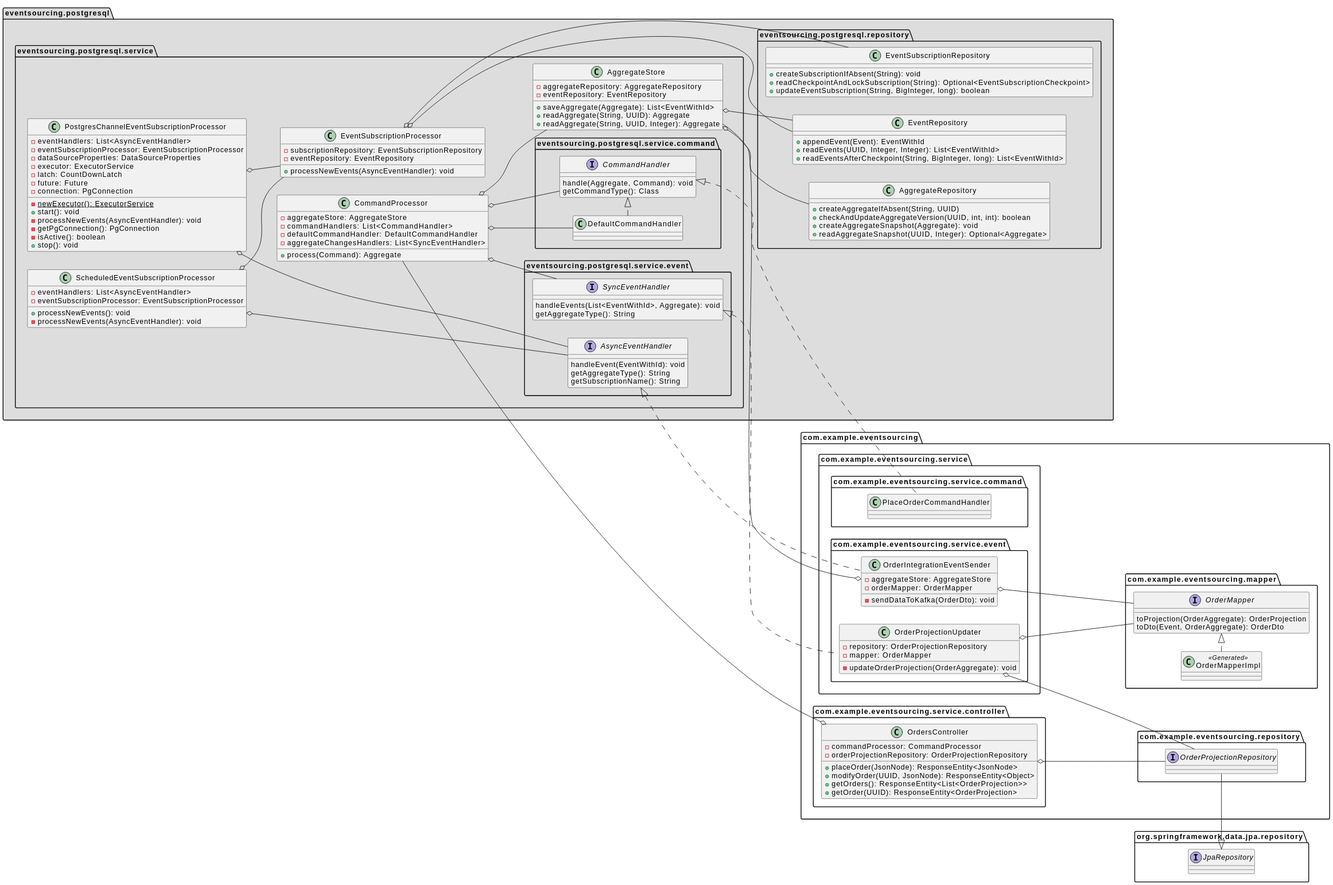
Above: img/class-service.svg in tonminhce/postgresql-event-sourcing (PlantUML), before the change.
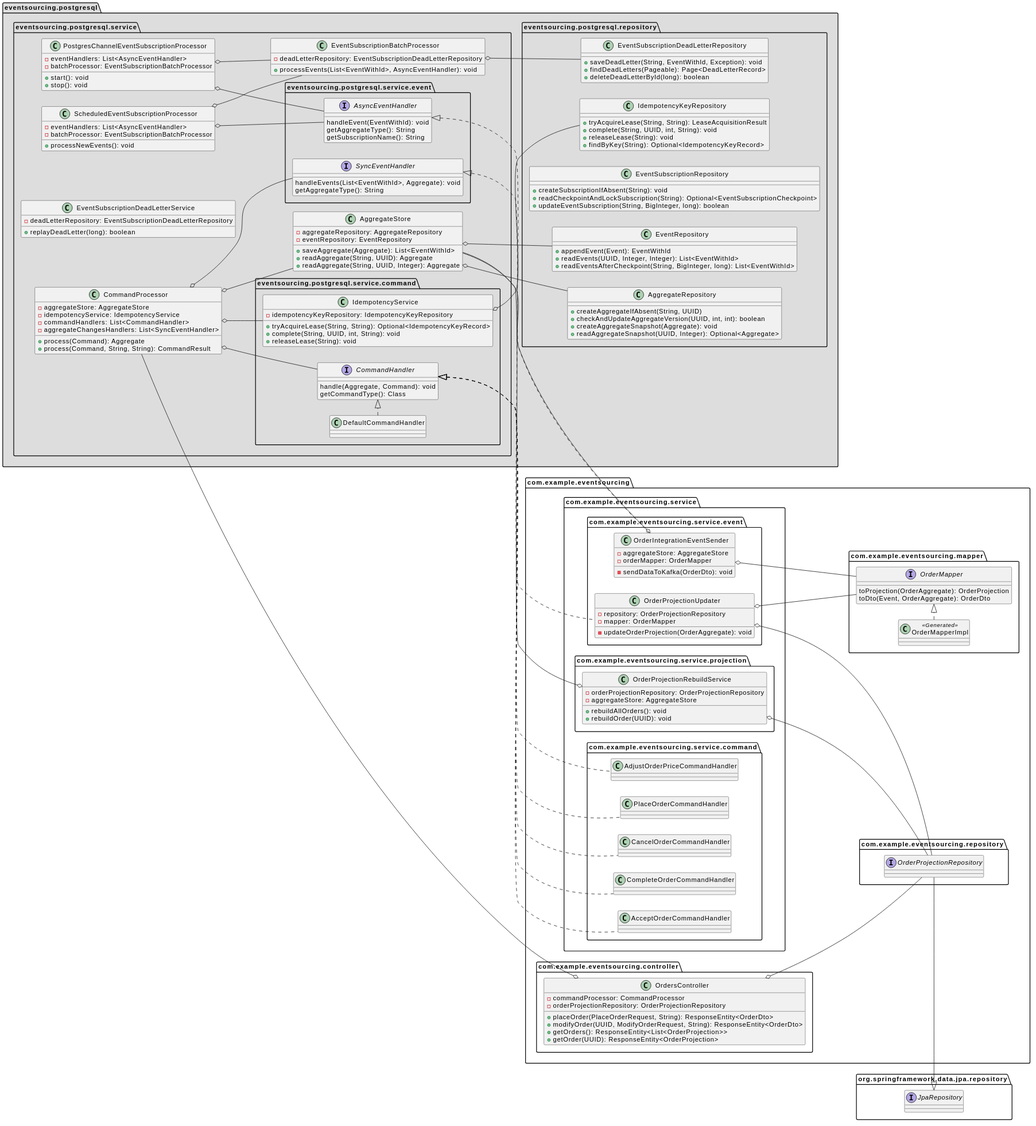
Above is the later version.

The edit, as a diff of the source:
```diff
@@ -1,6 +1,6 @@
 @startuml
-scale max 1024 width
-scale max 1100 height
+scale max 1400 width
+scale max 1400 height
 
 set separator none
 
@@ -32,6 +32,19 @@
       +readCheckpointAndLockSubscription(String): Optional<EventSubscriptionCheckpoint>
       +updateEventSubscription(String, BigInteger, long): boolean
     }
+
+    class EventSubscriptionDeadLetterRepository {
+      +saveDeadLetter(String, EventWithId, Exception): void
+      +findDeadLetters(Pageable): Page<DeadLetterRecord>
+      +deleteDeadLetterById(long): boolean
+    }
+
+    class IdempotencyKeyRepository {
+      +tryAcquireLease(String, String): LeaseAcquisitionResult
+      +complete(String, UUID, int, String): void
+      +releaseLease(String): void
+      +findByKey(String): Optional<IdempotencyKeyRecord>
+    }
   }
 
   package eventsourcing.postgresql.service {
@@ -44,45 +57,36 @@
       +readAggregate(String, UUID, Integer): Aggregate
     }
 
-    together {
-      class CommandProcessor {
-        -aggregateStore: AggregateStore
-        -commandHandlers: List<CommandHandler>
-        -defaultCommandHandler: DefaultCommandHandler
-        -aggregateChangesHandlers: List<SyncEventHandler>
-        +process(Command): Aggregate
-      }
-
-      class EventSubscriptionProcessor {
-        -subscriptionRepository: EventSubscriptionRepository
-        -eventRepository: EventRepository
-        +processNewEvents(AsyncEventHandler): void
-      }
+    class CommandProcessor {
+      -aggregateStore: AggregateStore
+      -idempotencyService: IdempotencyService
+      -commandHandlers: List<CommandHandler>
+      -aggregateChangesHandlers: List<SyncEventHandler>
+      +process(Command): Aggregate
+      +process(Command, String, String): CommandResult
     }
 
-    together {
-      class ScheduledEventSubscriptionProcessor {
-        -eventHandlers: List<AsyncEventHandler>
-        -eventSubscriptionProcessor: EventSubscriptionProcessor
-        +processNewEvents(): void
-        -processNewEvents(AsyncEventHandler): void
-      }
+    class EventSubscriptionBatchProcessor {
+      -deadLetterRepository: EventSubscriptionDeadLetterRepository
+      +processEvents(List<EventWithId>, AsyncEventHandler): void
+    }
 
-      class PostgresChannelEventSubscriptionProcessor {
-        -eventHandlers: List<AsyncEventHandler>
-        -eventSubscriptionProcessor: EventSubscriptionProcessor
-        -dataSourceProperties: DataSourceProperties
-        -executor: ExecutorService
-        -latch: CountDownLatch
-        -future: Future
-        -connection: PgConnection
-        -{static} newExecutor(): ExecutorService
-        +start(): void
-        -processNewEvents(AsyncEventHandler): void
-        -getPgConnection(): PgConnection
-        -isActive(): boolean
-        +stop(): void
-      }
+    class EventSubscriptionDeadLetterService {
+      -deadLetterRepository: EventSubscriptionDeadLetterRepository
+      +replayDeadLetter(long): boolean
+    }
+
+    class ScheduledEventSubscriptionProcessor {
+      -eventHandlers: List<AsyncEventHandler>
+      -batchProcessor: EventSubscriptionBatchProcessor
+      +processNewEvents(): void
+    }
+
+    class PostgresChannelEventSubscriptionProcessor {
+      -eventHandlers: List<AsyncEventHandler>
+      -batchProcessor: EventSubscriptionBatchProcessor
+      +start(): void
+      +stop(): void
     }
 
     package eventsourcing.postgresql.service.command {
@@ -93,6 +97,13 @@
       }
 
       class DefaultCommandHandler
+
+      class IdempotencyService {
+        -idempotencyKeyRepository: IdempotencyKeyRepository
+        +tryAcquireLease(String, String): Optional<IdempotencyKeyRecord>
+        +complete(String, UUID, int, String): void
+        +releaseLease(String): void
+      }
     }
 
     package eventsourcing.postgresql.service.event {
@@ -123,6 +134,20 @@
     package com.example.eventsourcing.service.command {
 
       class PlaceOrderCommandHandler
+      class AdjustOrderPriceCommandHandler
+      class AcceptOrderCommandHandler
+      class CompleteOrderCommandHandler
+      class CancelOrderCommandHandler
+    }
+
+    package com.example.eventsourcing.service.projection {
+
+      class OrderProjectionRebuildService {
+        -orderProjectionRepository: OrderProjectionRepository
+        -aggregateStore: AggregateStore
+        +rebuildAllOrders(): void
+        +rebuildOrder(UUID): void
+      }
     }
 
     package com.example.eventsourcing.service.event {
@@ -151,13 +176,13 @@
     class OrderMapperImpl << Generated >>
   }
 
-  package com.example.eventsourcing.service.controller {
+  package com.example.eventsourcing.controller {
 
     class OrdersController {
       -commandProcessor: CommandProcessor
       -orderProjectionRepository: OrderProjectionRepository
-      +placeOrder(JsonNode): ResponseEntity<JsonNode>
-      +modifyOrder(UUID, JsonNode): ResponseEntity<Object>
+      +placeOrder(PlaceOrderRequest, String): ResponseEntity<OrderDto>
+      +modifyOrder(UUID, ModifyOrderRequest, String): ResponseEntity<OrderDto>
       +getOrders(): ResponseEntity<List<OrderProjection>>
       +getOrder(UUID): ResponseEntity<OrderProjection>
     }
@@ -172,6 +197,10 @@
 
 CommandHandler <|.left. DefaultCommandHandler
 CommandHandler <|.. PlaceOrderCommandHandler
+CommandHandler <|.. AdjustOrderPriceCommandHandler
+CommandHandler <|.. AcceptOrderCommandHandler
+CommandHandler <|.. CompleteOrderCommandHandler
+CommandHandler <|.. CancelOrderCommandHandler
 
 OrderMapper <|.left. OrderMapperImpl
 
@@ -181,19 +210,23 @@
 AggregateStore o-- AggregateRepository
 AggregateStore o-- EventRepository
 
-EventSubscriptionProcessor o-- EventSubscriptionRepository
-EventSubscriptionProcessor o-- EventRepository
+IdempotencyService o-- IdempotencyKeyRepository
 
-ScheduledEventSubscriptionProcessor o-- EventSubscriptionProcessor
+CommandProcessor o-- AggregateStore
+CommandProcessor o-- IdempotencyService
+CommandProcessor o-- CommandHandler
+CommandProcessor o-- SyncEventHandler
+
+EventSubscriptionBatchProcessor o-- EventSubscriptionDeadLetterRepository
+
+ScheduledEventSubscriptionProcessor o-- EventSubscriptionBatchProcessor
 ScheduledEventSubscriptionProcessor o-- AsyncEventHandler
 
-PostgresChannelEventSubscriptionProcessor o-- EventSubscriptionProcessor
+PostgresChannelEventSubscriptionProcessor o-- EventSubscriptionBatchProcessor
 PostgresChannelEventSubscriptionProcessor o-- AsyncEventHandler
 
-CommandProcessor o-- AggregateStore
-CommandProcessor o-- CommandHandler
-CommandProcessor o-- DefaultCommandHandler
-CommandProcessor o-- SyncEventHandler
+OrderProjectionRebuildService o-- OrderProjectionRepository
+OrderProjectionRebuildService o-- AggregateStore
 
 OrderProjectionUpdater o-- OrderProjectionRepository
 OrderProjectionUpdater o-- OrderMapper
```
